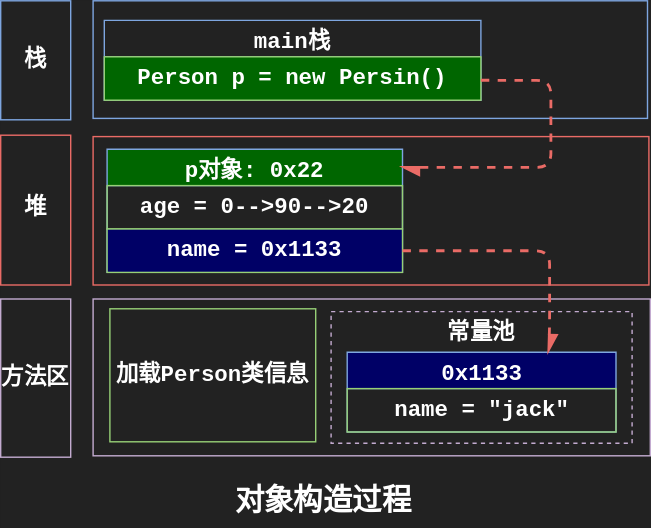
Before: drawio/ConstructInstance.svg, a diagram exported from draw.io (Stolorzs/Picgo). Source tidied: cells renumbered, new cells last; positions are measured from the earlier drawing's top-left corner, leaving out a move shared by most shapes. Its diagram source:
```xml
<mxGraphModel background="#222222">
  <root>
    <mxCell id="0" />
    <mxCell id="1" parent="0" />
    <mxCell id="2" style="rounded=0;whiteSpace=wrap;html=1;strokeColor=#7EA6E0;align=center;verticalAlign=middle;fontFamily=Courier New;fontSize=12;fontColor=default;fontStyle=1;labelBackgroundColor=none;fillColor=none;" parent="1" vertex="1">
      <mxGeometry x="66" width="396" height="84" as="geometry" />
    </mxCell>
    <mxCell id="3" style="rounded=0;whiteSpace=wrap;html=1;strokeColor=#C3ABD0;align=center;verticalAlign=middle;fontFamily=Courier New;fontSize=12;fontColor=default;fontStyle=1;labelBackgroundColor=none;fillColor=none;" parent="1" vertex="1">
      <mxGeometry x="66" y="213" width="398" height="112" as="geometry" />
    </mxCell>
    <mxCell id="4" value="&lt;span style=&quot;color: rgb(255, 255, 255); font-size: 16px;&quot;&gt;常量池&lt;/span&gt;" style="rounded=0;whiteSpace=wrap;html=1;strokeColor=#C3ABD0;align=center;verticalAlign=top;fontFamily=Courier New;fontSize=12;fontColor=default;fontStyle=1;labelBackgroundColor=none;fillColor=none;dashed=1;" parent="1" vertex="1">
      <mxGeometry x="236" y="222" width="215" height="94" as="geometry" />
    </mxCell>
    <mxCell id="5" value="&lt;font color=&quot;#ffffff&quot;&gt;&lt;span style=&quot;font-size: 16px;&quot;&gt;main栈&lt;/span&gt;&lt;/font&gt;" style="swimlane;fontStyle=1;align=center;verticalAlign=top;horizontal=1;startSize=26;whiteSpace=wrap;html=1;fontFamily=Courier New;fontSize=12;fontColor=default;labelBackgroundColor=none;strokeColor=#7EA6E0;fillColor=none;" parent="1" vertex="1">
      <mxGeometry x="74" y="14" width="269" height="57" as="geometry" />
    </mxCell>
    <mxCell id="6" value="&lt;font color=&quot;#ffffff&quot;&gt;&lt;span style=&quot;font-size: 16px;&quot;&gt;Person p = new Persin()&lt;/span&gt;&lt;/font&gt;" style="rounded=0;whiteSpace=wrap;html=1;strokeColor=#97D077;align=center;verticalAlign=top;fontFamily=Courier New;fontSize=12;fontColor=default;fontStyle=1;labelBackgroundColor=none;fillColor=#006600;" parent="5" vertex="1">
      <mxGeometry y="26" width="269" height="31" as="geometry" />
    </mxCell>
    <mxCell id="7" value="&lt;font color=&quot;#ffffff&quot;&gt;&lt;span style=&quot;font-size: 16px;&quot;&gt;栈&lt;/span&gt;&lt;/font&gt;" style="rounded=0;whiteSpace=wrap;html=1;strokeColor=#7EA6E0;align=center;verticalAlign=middle;fontFamily=Courier New;fontSize=12;fontColor=default;fontStyle=1;labelBackgroundColor=none;fillColor=none;" parent="1" vertex="1">
      <mxGeometry width="50" height="85" as="geometry" />
    </mxCell>
    <mxCell id="8" value="&lt;div style=&quot;&quot;&gt;&lt;br&gt;&lt;/div&gt;" style="rounded=0;whiteSpace=wrap;html=1;strokeColor=#EA6B66;align=center;verticalAlign=middle;fontFamily=Courier New;fontSize=12;fontColor=default;fontStyle=1;labelBackgroundColor=none;fillColor=none;" parent="1" vertex="1">
      <mxGeometry x="66" y="97" width="397" height="106" as="geometry" />
    </mxCell>
    <mxCell id="9" value="&lt;font color=&quot;#ffffff&quot;&gt;&lt;span style=&quot;font-size: 16px;&quot;&gt;堆&lt;/span&gt;&lt;/font&gt;" style="rounded=0;whiteSpace=wrap;html=1;strokeColor=#EA6B66;align=center;verticalAlign=middle;fontFamily=Courier New;fontSize=12;fontColor=default;fontStyle=1;labelBackgroundColor=none;fillColor=none;" parent="1" vertex="1">
      <mxGeometry y="96" width="50" height="107" as="geometry" />
    </mxCell>
    <mxCell id="10" value="&lt;font color=&quot;#ffffff&quot;&gt;&lt;span style=&quot;font-size: 16px;&quot;&gt;方法区&lt;/span&gt;&lt;/font&gt;" style="rounded=0;whiteSpace=wrap;html=1;strokeColor=#C3ABD0;align=center;verticalAlign=middle;fontFamily=Courier New;fontSize=12;fontColor=default;fontStyle=1;labelBackgroundColor=none;fillColor=none;" parent="1" vertex="1">
      <mxGeometry y="213" width="50" height="113" as="geometry" />
    </mxCell>
    <mxCell id="11" value="&lt;font color=&quot;#ffffff&quot;&gt;&lt;span style=&quot;font-size: 21px;&quot;&gt;对象构造过程&lt;/span&gt;&lt;/font&gt;" style="text;html=1;align=center;verticalAlign=middle;strokeColor=none;fillColor=none;fontSize=12;fontFamily=Courier New;fontColor=default;fontStyle=1;labelBackgroundColor=none;" parent="1" vertex="1">
      <mxGeometry x="158" y="339" width="144" height="37" as="geometry" />
    </mxCell>
    <mxCell id="12" value="&lt;font color=&quot;#ffffff&quot;&gt;&lt;span style=&quot;font-size: 16px;&quot;&gt;p对象: 0x22&lt;/span&gt;&lt;/font&gt;" style="swimlane;fontStyle=1;align=center;verticalAlign=top;horizontal=1;startSize=26;whiteSpace=wrap;html=1;fontFamily=Courier New;fontSize=12;fontColor=default;labelBackgroundColor=none;strokeColor=#7EA6E0;fillColor=#006600;" parent="1" vertex="1">
      <mxGeometry x="76" y="106" width="211" height="88" as="geometry" />
    </mxCell>
    <mxCell id="13" value="&lt;font color=&quot;#ffffff&quot;&gt;&lt;span style=&quot;font-size: 16px;&quot;&gt;age = 0--&amp;gt;90--&amp;gt;20&lt;/span&gt;&lt;/font&gt;" style="rounded=0;whiteSpace=wrap;html=1;strokeColor=#97D077;align=center;verticalAlign=top;fontFamily=Courier New;fontSize=12;fontColor=default;fontStyle=1;labelBackgroundColor=none;fillColor=none;" parent="12" vertex="1">
      <mxGeometry y="26" width="211" height="31" as="geometry" />
    </mxCell>
    <mxCell id="14" value="&lt;font color=&quot;#ffffff&quot;&gt;&lt;span style=&quot;font-size: 16px;&quot;&gt;name = 0x1133&lt;/span&gt;&lt;/font&gt;" style="rounded=0;whiteSpace=wrap;html=1;strokeColor=#97D077;align=center;verticalAlign=top;fontFamily=Courier New;fontSize=12;fontColor=default;fontStyle=1;labelBackgroundColor=none;fillColor=#000066;" parent="12" vertex="1">
      <mxGeometry y="57" width="211" height="31" as="geometry" />
    </mxCell>
    <mxCell id="15" value="&lt;font color=&quot;#ffffff&quot;&gt;&lt;span style=&quot;font-size: 16px;&quot;&gt;0x1133&lt;/span&gt;&lt;/font&gt;" style="swimlane;fontStyle=1;align=center;verticalAlign=top;horizontal=1;startSize=26;whiteSpace=wrap;html=1;fontFamily=Courier New;fontSize=12;fontColor=default;labelBackgroundColor=none;strokeColor=#7EA6E0;fillColor=#000066;" parent="1" vertex="1">
      <mxGeometry x="247.5" y="251" width="192" height="57" as="geometry" />
    </mxCell>
    <mxCell id="16" value="&lt;font color=&quot;#ffffff&quot;&gt;&lt;span style=&quot;font-size: 16px;&quot;&gt;name = &quot;jack&quot;&lt;/span&gt;&lt;/font&gt;" style="rounded=0;whiteSpace=wrap;html=1;strokeColor=#97D077;align=center;verticalAlign=top;fontFamily=Courier New;fontSize=12;fontColor=default;fontStyle=1;labelBackgroundColor=none;fillColor=none;" parent="15" vertex="1">
      <mxGeometry y="26" width="192" height="31" as="geometry" />
    </mxCell>
    <mxCell id="17" style="edgeStyle=orthogonalEdgeStyle;shape=connector;curved=0;rounded=1;jettySize=auto;html=1;entryX=0.75;entryY=0;entryDx=0;entryDy=0;dashed=1;strokeColor=#EA6B66;strokeWidth=2;align=center;verticalAlign=middle;fontFamily=Courier New;fontSize=12;fontColor=default;fontStyle=1;labelBackgroundColor=none;startSize=8;endArrow=async;endFill=1;endSize=8;" parent="1" edge="1" source="14" target="15">
      <mxGeometry relative="1" as="geometry">
        <Array as="points">
          <mxPoint x="392" y="179" />
          <mxPoint x="392" y="231" />
          <mxPoint x="392" y="231" />
        </Array>
      </mxGeometry>
    </mxCell>
    <mxCell id="18" value="&lt;font color=&quot;#ffffff&quot;&gt;&lt;span style=&quot;font-size: 16px;&quot;&gt;加载Person类信息&lt;/span&gt;&lt;/font&gt;" style="rounded=0;whiteSpace=wrap;html=1;strokeColor=#97D077;align=center;verticalAlign=middle;fontFamily=Courier New;fontSize=12;fontColor=default;fontStyle=1;labelBackgroundColor=none;fillColor=none;" parent="1" vertex="1">
      <mxGeometry x="78" y="220" width="147" height="95" as="geometry" />
    </mxCell>
    <mxCell id="19" style="edgeStyle=orthogonalEdgeStyle;shape=connector;curved=0;rounded=1;jettySize=auto;html=1;dashed=1;strokeColor=#EA6B66;strokeWidth=2;align=center;verticalAlign=middle;fontFamily=Courier New;fontSize=12;fontColor=default;fontStyle=1;labelBackgroundColor=none;startSize=8;endArrow=async;endFill=1;endSize=8;exitX=1;exitY=0.75;exitDx=0;exitDy=0;entryX=0.997;entryY=0.146;entryDx=0;entryDy=0;entryPerimeter=0;" parent="1" edge="1" source="5" target="12">
      <mxGeometry relative="1" as="geometry">
        <Array as="points">
          <mxPoint x="393" y="57" />
          <mxPoint x="393" y="119" />
          <mxPoint x="286" y="119" />
        </Array>
      </mxGeometry>
    </mxCell>
  </root>
</mxGraphModel>
```
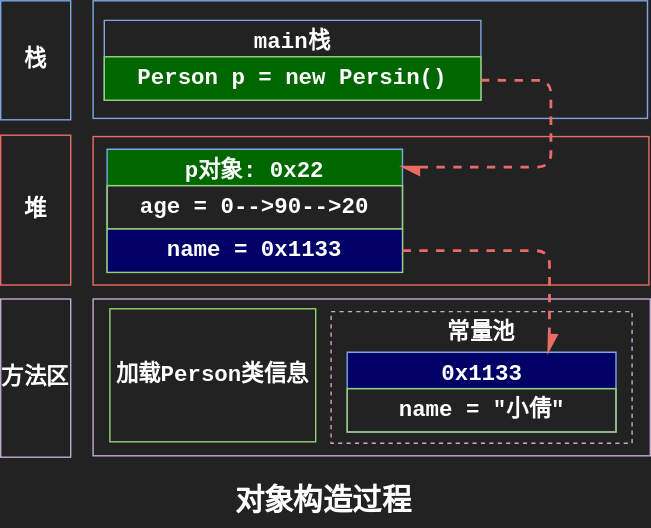
Later version of the same file.

The edit, as a diff of the source:
```diff
@@ -44,7 +44,7 @@
     <mxCell id="15" value="&lt;font color=&quot;#ffffff&quot;&gt;&lt;span style=&quot;font-size: 16px;&quot;&gt;0x1133&lt;/span&gt;&lt;/font&gt;" style="swimlane;fontStyle=1;align=center;verticalAlign=top;horizontal=1;startSize=26;whiteSpace=wrap;html=1;fontFamily=Courier New;fontSize=12;fontColor=default;labelBackgroundColor=none;strokeColor=#7EA6E0;fillColor=#000066;" parent="1" vertex="1">
       <mxGeometry x="247.5" y="251" width="192" height="57" as="geometry" />
     </mxCell>
-    <mxCell id="16" value="&lt;font color=&quot;#ffffff&quot;&gt;&lt;span style=&quot;font-size: 16px;&quot;&gt;name = &quot;jack&quot;&lt;/span&gt;&lt;/font&gt;" style="rounded=0;whiteSpace=wrap;html=1;strokeColor=#97D077;align=center;verticalAlign=top;fontFamily=Courier New;fontSize=12;fontColor=default;fontStyle=1;labelBackgroundColor=none;fillColor=none;" parent="15" vertex="1">
+    <mxCell id="16" value="&lt;font color=&quot;#ffffff&quot;&gt;&lt;span style=&quot;font-size: 16px;&quot;&gt;name = &quot;小倩&quot;&lt;/span&gt;&lt;/font&gt;" style="rounded=0;whiteSpace=wrap;html=1;strokeColor=#97D077;align=center;verticalAlign=top;fontFamily=Courier New;fontSize=12;fontColor=default;fontStyle=1;labelBackgroundColor=none;fillColor=none;" parent="15" vertex="1">
       <mxGeometry y="26" width="192" height="31" as="geometry" />
     </mxCell>
     <mxCell id="17" style="edgeStyle=orthogonalEdgeStyle;shape=connector;curved=0;rounded=1;jettySize=auto;html=1;entryX=0.75;entryY=0;entryDx=0;entryDy=0;dashed=1;strokeColor=#EA6B66;strokeWidth=2;align=center;verticalAlign=middle;fontFamily=Courier New;fontSize=12;fontColor=default;fontStyle=1;labelBackgroundColor=none;startSize=8;endArrow=async;endFill=1;endSize=8;" parent="1" edge="1" source="14" target="15">
```
